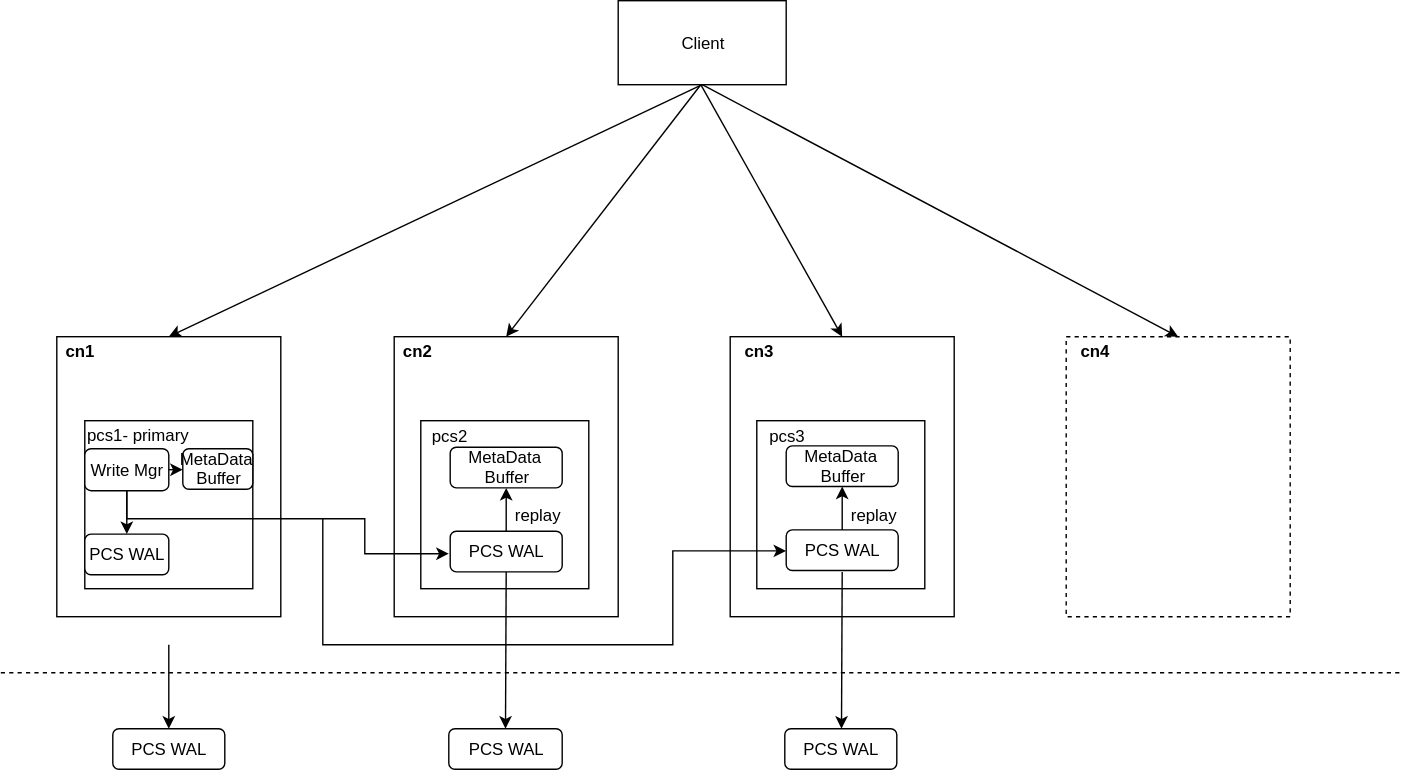
Above: attachments/1671107410817.drawio.svg in simbahebinbo/smallfat.github.io (draw.io), before the change. Source tidied: cells renumbered, new cells last; positions are measured from the earlier drawing's top-left corner, leaving out a move shared by most shapes.
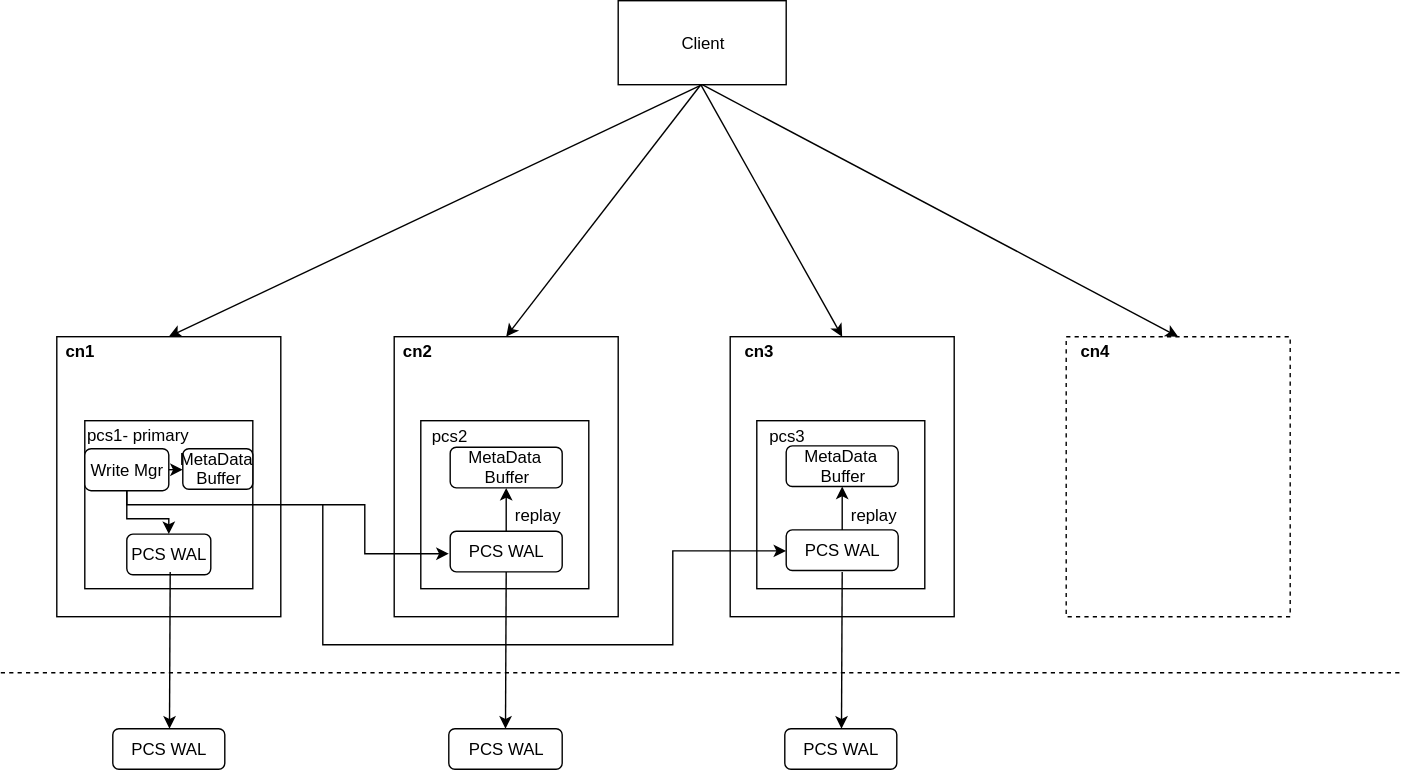
The same diagram one commit later.

Commit message:
添加附件 : attachments/1671107410817.drawio.svg

What changed in the source:
```diff
@@ -102,11 +102,6 @@
     <mxCell id="32" value="PCS WAL" style="rounded=1;whiteSpace=wrap;html=1;" parent="1" vertex="1">
       <mxGeometry x="560" y="520" width="80" height="29" as="geometry" />
     </mxCell>
-    <mxCell id="33" style="endArrow=classic;html=1;" parent="1" edge="1" target="30">
-      <mxGeometry relative="1" as="geometry">
-        <mxPoint x="120" y="460" as="sourcePoint" />
-      </mxGeometry>
-    </mxCell>
     <mxCell id="34" style="endArrow=classic;html=1;exitX=0.5;exitY=1;exitDx=0;exitDy=0;entryX=0.5;entryY=0;entryDx=0;entryDy=0;" parent="1" edge="1" source="13" target="31">
       <mxGeometry relative="1" as="geometry" />
     </mxCell>
@@ -119,15 +114,15 @@
     <mxCell id="36" style="edgeStyle=orthogonalEdgeStyle;rounded=0;jettySize=auto;html=1;entryX=0.167;entryY=0.792;entryDx=0;entryDy=0;entryPerimeter=0;exitX=0.5;exitY=1;exitDx=0;exitDy=0;" parent="1" edge="1" source="42" target="10">
       <mxGeometry relative="1" as="geometry">
         <Array as="points">
-          <mxPoint x="90" y="370" />
-          <mxPoint x="260" y="370" />
+          <mxPoint x="90" y="360" />
+          <mxPoint x="260" y="360" />
           <mxPoint x="260" y="395" />
         </Array>
       </mxGeometry>
     </mxCell>
     <mxCell id="37" style="edgeStyle=orthogonalEdgeStyle;rounded=0;jettySize=auto;html=1;entryX=0;entryY=0.5;entryDx=0;entryDy=0;" parent="1" edge="1" target="18">
       <mxGeometry relative="1" as="geometry">
-        <mxPoint x="230" y="370" as="sourcePoint" />
+        <mxPoint x="230" y="360" as="sourcePoint" />
         <Array as="points">
           <mxPoint x="230" y="370" />
           <mxPoint x="230" y="460" />
@@ -152,7 +147,13 @@
       <mxGeometry x="60" y="320" width="60" height="30" as="geometry" />
     </mxCell>
     <mxCell id="43" value="PCS WAL" style="rounded=1;whiteSpace=wrap;html=1;" parent="1" vertex="1">
-      <mxGeometry x="60" y="381" width="60" height="29" as="geometry" />
+      <mxGeometry x="90" y="381" width="60" height="29" as="geometry" />
     </mxCell>
+    <mxCell id="44" style="endArrow=classic;html=1;exitX=0.5;exitY=1;exitDx=0;exitDy=0;entryX=0.5;entryY=0;entryDx=0;entryDy=0;" parent="1" edge="1">
+      <mxGeometry relative="1" as="geometry">
+        <mxPoint x="121" y="408" as="sourcePoint" />
+        <mxPoint x="120.5" y="520" as="targetPoint" />
+      </mxGeometry>
+    </mxCell>
   </root>
 </mxGraphModel>
```
